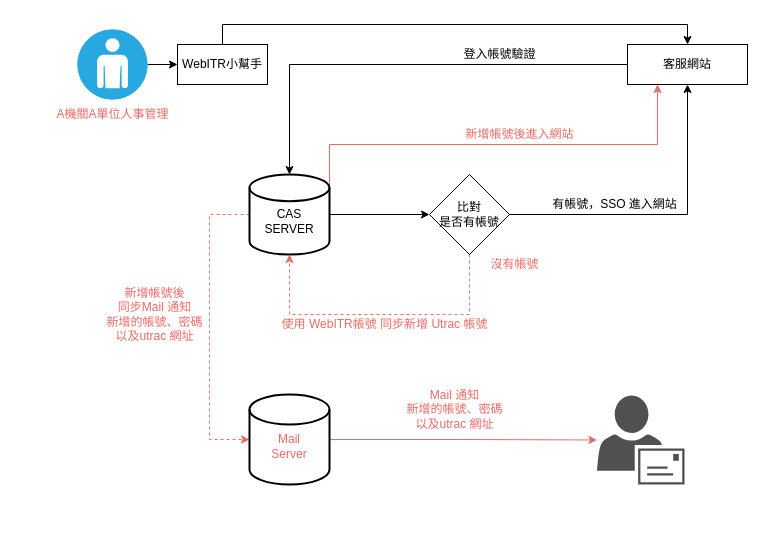
Earlier version of the draw.io diagram page "Page-3" (3 of 3) of Untitled Diagram.drawio (Cadmus-design/Diagrams). Source tidied: cells renumbered, new cells numbered last; positions are measured from the earlier drawing's top-left corner, leaving out a move shared by most shapes. Both pictures are drawn from the tidied source at 100%, with x=0, y=0 at pixel (47, 29).
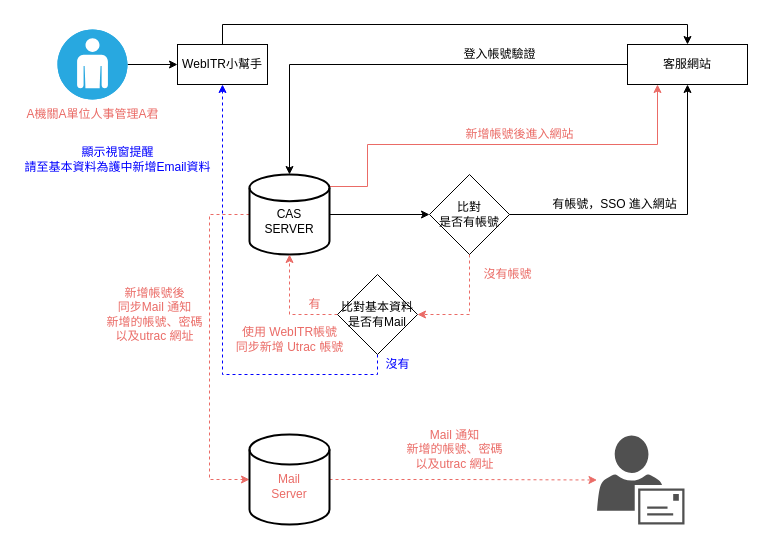
The same page after the edit.

The change refers to these unchanged cells:
```xml
<mxCell id="3" value="WebITR小幫手" style="rounded=0;whiteSpace=wrap;html=1;" parent="1" vertex="1">
  <mxGeometry x="130" y="15" width="90" height="40" as="geometry" />
</mxCell>
<mxCell id="5" value="客服網站" style="whiteSpace=wrap;html=1;rounded=0;" parent="1" vertex="1">
  <mxGeometry x="580" y="15" width="120" height="40" as="geometry" />
</mxCell>
<mxCell id="13" value="&lt;div&gt;&lt;br&gt;&lt;/div&gt;&lt;div&gt;CAS&lt;/div&gt;&lt;div&gt;SERVER&lt;br&gt;&lt;/div&gt;" style="strokeWidth=2;html=1;shape=mxgraph.flowchart.database;whiteSpace=wrap;" parent="1" vertex="1">
  <mxGeometry x="202" y="145" width="80" height="80" as="geometry" />
</mxCell>
<mxCell id="16" value="&lt;div&gt;比對&lt;/div&gt;&lt;div&gt;是否有帳號&lt;/div&gt;" style="rhombus;whiteSpace=wrap;html=1;" parent="1" vertex="1">
  <mxGeometry x="382" y="145" width="80" height="80" as="geometry" />
</mxCell>
```

What changed in the source:
```diff
@@
     <mxCell id="8" value="沒有帳號" style="text;html=1;align=center;verticalAlign=middle;fillColor=none;strokeColor=none;rounded=0;fontColor=#EA6B66;" parent="1" vertex="1">
-      <mxGeometry x="437" y="225" width="60" height="20" as="geometry" />
+      <mxGeometry x="430" y="235" width="60" height="20" as="geometry" />
     </mxCell>
@@
     <mxCell id="11" style="edgeStyle=orthogonalEdgeStyle;rounded=0;jettySize=auto;html=1;exitX=1;exitY=0.15;exitDx=0;exitDy=0;exitPerimeter=0;entryX=0.25;entryY=1;entryDx=0;entryDy=0;fontColor=#EA6B66;endArrow=classic;endFill=1;strokeColor=#EA6B66;" parent="1" edge="1" source="13" target="5">
       <mxGeometry relative="1" as="geometry">
         <Array as="points">
-          <mxPoint x="282" y="115" />
+          <mxPoint x="320" y="157" />
+          <mxPoint x="320" y="115" />
           <mxPoint x="610" y="115" />
         </Array>
       </mxGeometry>
     </mxCell>
     <mxCell id="12" style="edgeStyle=orthogonalEdgeStyle;rounded=0;jettySize=auto;html=1;exitX=0;exitY=0.5;exitDx=0;exitDy=0;exitPerimeter=0;entryX=0;entryY=0.5;entryDx=0;entryDy=0;entryPerimeter=0;dashed=1;fontColor=#EA6B66;endArrow=classic;endFill=1;strokeColor=#EA6B66;" parent="1" edge="1" source="13" target="20">
       <mxGeometry relative="1" as="geometry">
         <Array as="points">
           <mxPoint x="162" y="185" />
-          <mxPoint x="162" y="410" />
+          <mxPoint x="162" y="450" />
         </Array>
       </mxGeometry>
     </mxCell>
@@
-    <mxCell id="15" style="edgeStyle=orthogonalEdgeStyle;rounded=0;jettySize=auto;html=1;exitX=0.5;exitY=1;exitDx=0;exitDy=0;entryX=0.5;entryY=1;entryDx=0;entryDy=0;entryPerimeter=0;endArrow=classic;endFill=1;strokeColor=#EA6B66;dashed=1;" parent="1" edge="1" source="16" target="13">
+    <mxCell id="15" style="edgeStyle=orthogonalEdgeStyle;rounded=0;jettySize=auto;html=1;exitX=0.5;exitY=1;exitDx=0;exitDy=0;entryX=1;entryY=0.5;entryDx=0;entryDy=0;endArrow=classic;endFill=1;strokeColor=#EA6B66;dashed=1;" parent="1" edge="1" source="16" target="29">
       <mxGeometry relative="1" as="geometry">
         <Array as="points">
           <mxPoint x="422" y="285" />
-          <mxPoint x="242" y="285" />
         </Array>
       </mxGeometry>
     </mxCell>
@@
-    <mxCell id="17" value="使用 WebITR帳號 同步新增 Utrac 帳號" style="text;html=1;align=center;verticalAlign=middle;fillColor=none;strokeColor=none;rounded=0;fontColor=#EA6B66;" parent="1" vertex="1">
-      <mxGeometry x="227" y="285" width="220" height="20" as="geometry" />
+    <mxCell id="17" value="&lt;div&gt;使用 WebITR帳號 &lt;br&gt;&lt;/div&gt;&lt;div&gt;同步新增 Utrac 帳號&lt;/div&gt;" style="text;html=1;align=center;verticalAlign=middle;fillColor=none;strokeColor=none;rounded=0;fontColor=#EA6B66;" parent="1" vertex="1">
+      <mxGeometry x="182" y="295" width="120" height="30" as="geometry" />
     </mxCell>
@@
-    <mxCell id="19" style="edgeStyle=orthogonalEdgeStyle;rounded=0;jettySize=auto;html=1;exitX=1;exitY=0.5;exitDx=0;exitDy=0;exitPerimeter=0;fontColor=#EA6B66;endArrow=classic;endFill=1;strokeColor=#EA6B66;" parent="1" edge="1" source="20" target="22">
+    <mxCell id="19" style="edgeStyle=orthogonalEdgeStyle;rounded=0;jettySize=auto;html=1;exitX=1;exitY=0.5;exitDx=0;exitDy=0;exitPerimeter=0;fontColor=#EA6B66;endArrow=classic;endFill=1;strokeColor=#EA6B66;dashed=1;" parent="1" edge="1" source="20" target="22">
       <mxGeometry relative="1" as="geometry" />
     </mxCell>
     <mxCell id="20" value="&lt;div&gt;&lt;br&gt;&lt;/div&gt;&lt;div&gt;Mail &lt;br&gt;&lt;/div&gt;&lt;div&gt;Server&lt;/div&gt;" style="strokeWidth=2;html=1;shape=mxgraph.flowchart.database;whiteSpace=wrap;fontColor=#EA6B66;" parent="1" vertex="1">
-      <mxGeometry x="202" y="365" width="80" height="90" as="geometry" />
+      <mxGeometry x="202" y="405" width="80" height="90" as="geometry" />
     </mxCell>
@@
     <mxCell id="22" style="shadow=0;dashed=0;html=1;strokeColor=none;fillColor=#505050;labelPosition=center;verticalLabelPosition=bottom;verticalAlign=top;outlineConnect=0;align=center;shape=mxgraph.office.users.mail_user;fontColor=#EA6B66;" parent="1" vertex="1">
-      <mxGeometry x="549.5" y="366" width="87.5" height="89" as="geometry" />
+      <mxGeometry x="549.5" y="406" width="87.5" height="89" as="geometry" />
     </mxCell>
     <mxCell id="23" value="Mail 通知&lt;div&gt;新增的帳號、密碼&lt;/div&gt;&lt;div&gt;以及utrac 網址&lt;br&gt;&lt;/div&gt;" style="text;html=1;align=center;verticalAlign=middle;fillColor=none;strokeColor=none;rounded=0;fontColor=#EA6B66;" parent="1" vertex="1">
-      <mxGeometry x="352" y="355" width="110" height="50" as="geometry" />
+      <mxGeometry x="352" y="395" width="110" height="50" as="geometry" />
     </mxCell>
@@
     <mxCell id="25" style="fillColor=#28A8E0;verticalLabelPosition=bottom;html=1;strokeColor=#ffffff;verticalAlign=top;align=center;points=[[0.145,0.145,0],[0.5,0,0],[0.855,0.145,0],[1,0.5,0],[0.855,0.855,0],[0.5,1,0],[0.145,0.855,0],[0,0.5,0]];shape=mxgraph.cisco_safe.compositeIcon;bgIcon=ellipse;resIcon=mxgraph.cisco_safe.capability.user;fontColor=#EA6B66;" parent="1" vertex="1">
-      <mxGeometry x="30" width="70" height="70" as="geometry" />
+      <mxGeometry x="10" width="70" height="70" as="geometry" />
     </mxCell>
-    <mxCell id="26" value="A機關A單位人事管理" style="text;html=1;align=center;verticalAlign=middle;fillColor=none;strokeColor=none;rounded=0;fontColor=#EA6B66;" parent="1" vertex="1">
-      <mxGeometry y="75" width="130" height="20" as="geometry" />
+    <mxCell id="26" value="A機關A單位人事管理A君" style="text;html=1;align=center;verticalAlign=middle;fillColor=none;strokeColor=none;rounded=0;fontColor=#EA6B66;" parent="1" vertex="1">
+      <mxGeometry x="-30" y="75" width="150" height="20" as="geometry" />
     </mxCell>
+    <mxCell id="27" style="edgeStyle=orthogonalEdgeStyle;rounded=0;jettySize=auto;html=1;exitX=0;exitY=0.5;exitDx=0;exitDy=0;entryX=0.5;entryY=1;entryDx=0;entryDy=0;entryPerimeter=0;fontColor=#EA6B66;endArrow=classic;endFill=1;strokeColor=#EA6B66;dashed=1;" parent="1" edge="1" source="29" target="13">
+      <mxGeometry relative="1" as="geometry" />
+    </mxCell>
+    <mxCell id="28" style="edgeStyle=orthogonalEdgeStyle;rounded=0;jettySize=auto;html=1;exitX=0.5;exitY=1;exitDx=0;exitDy=0;dashed=1;fontColor=#EA6B66;endArrow=classic;endFill=1;entryX=0.5;entryY=1;entryDx=0;entryDy=0;strokeColor=#0000FF;" parent="1" edge="1" source="29" target="3">
+      <mxGeometry relative="1" as="geometry" />
+    </mxCell>
+    <mxCell id="29" value="&lt;div&gt;比對基本資料&lt;/div&gt;&lt;div&gt;是否有Mail&lt;/div&gt;" style="rhombus;whiteSpace=wrap;html=1;" parent="1" vertex="1">
+      <mxGeometry x="290" y="245" width="80" height="80" as="geometry" />
+    </mxCell>
+    <mxCell id="30" value="有" style="text;html=1;align=center;verticalAlign=middle;fillColor=none;strokeColor=none;rounded=0;fontColor=#EA6B66;" parent="1" vertex="1">
+      <mxGeometry x="252" y="265" width="30" height="20" as="geometry" />
+    </mxCell>
+    <mxCell id="31" value="沒有" style="text;html=1;align=center;verticalAlign=middle;fillColor=none;rounded=0;fontColor=#0000FF;" parent="1" vertex="1">
+      <mxGeometry x="330" y="325" width="40" height="20" as="geometry" />
+    </mxCell>
+    <mxCell id="32" value="&lt;div&gt;顯示視窗提醒&lt;/div&gt;&lt;div&gt;請至基本資料為護中新增Email資料&lt;br&gt;&lt;/div&gt;" style="text;html=1;align=center;verticalAlign=middle;fillColor=none;strokeColor=none;rounded=0;fontColor=#0000FF;" parent="1" vertex="1">
+      <mxGeometry x="-30" y="115" width="200" height="30" as="geometry" />
+    </mxCell>
```
